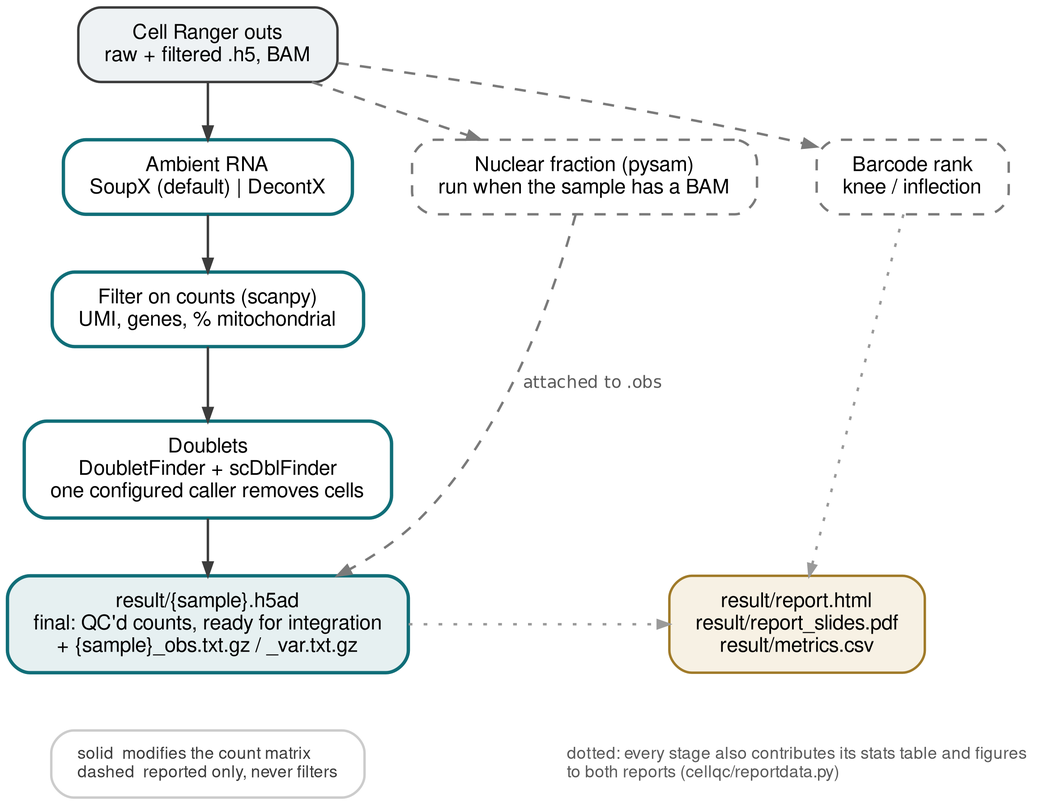
lijinbio/cellqc keeps this Graphviz diagram as docs/workflow.png. Above is the earlier version. Its source is kept beside it as docs/workflow.dot.
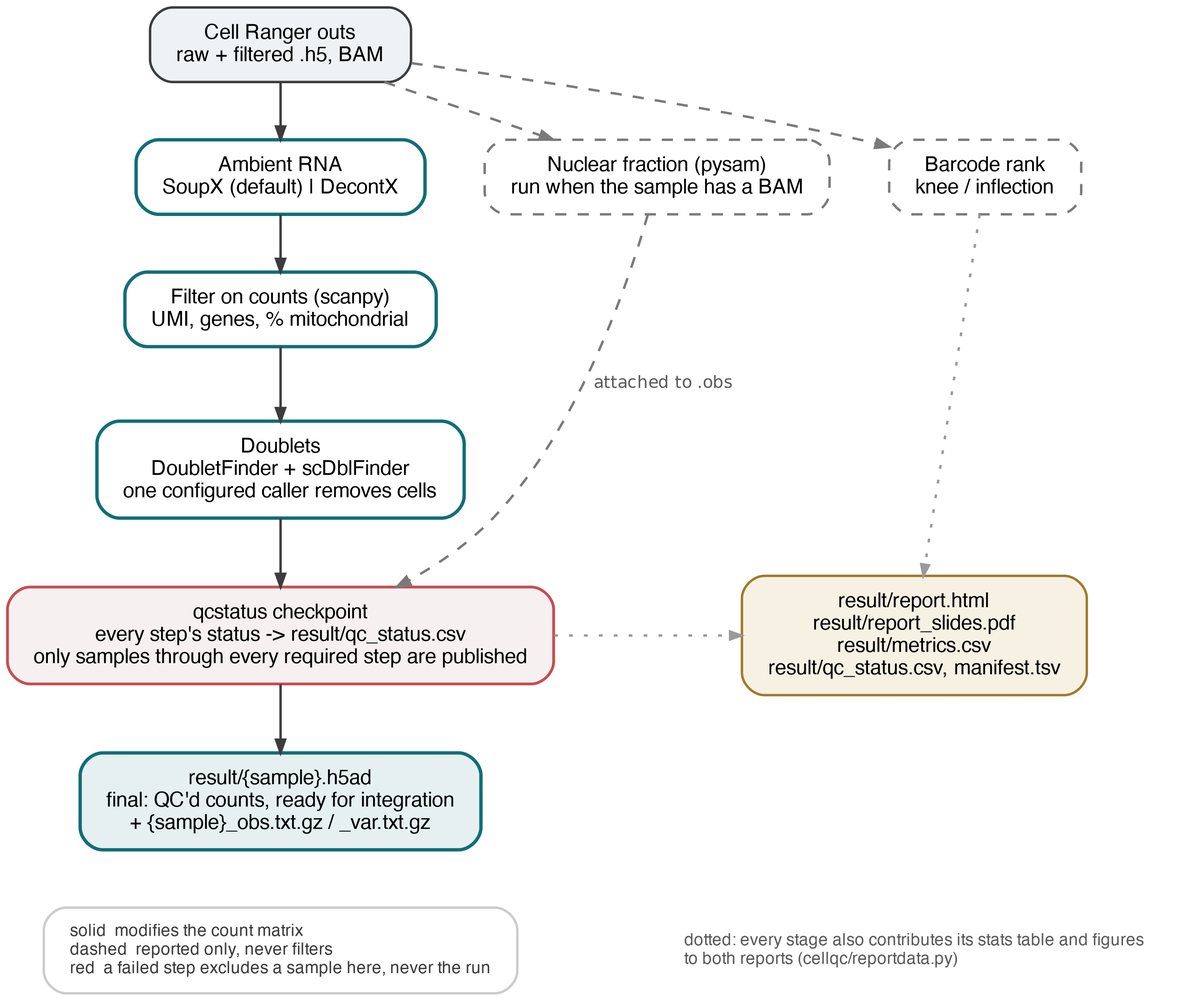
After the change.

What changed in the source:
```diff
@@ -1,4 +1,4 @@
-/* cellqc v0.2.0 pipeline overview -- source for docs/workflow.png.
+/* cellqc pipeline overview (v0.2.0; qcstatus gate added in v0.3.4) -- source for docs/workflow.png.
  *
  * Regenerate with docs/make_figures.sh (or: dot -Tpng -Gdpi=300 docs/workflow.dot
  * -o docs/workflow.png). Keeping the source in the repo is why the v0.1.0
@@ -7,6 +7,10 @@
  * The one distinction the diagram has to carry is which steps touch the counts.
  * Solid = the count matrix is modified. Dashed = computed and reported, never
  * used to drop a cell.
+ *
+ * v0.3.4: every per-sample step records ok / fallback / failed / skipped, and
+ * the qcstatus checkpoint decides which samples reach result/. A failure is a
+ * recorded outcome, not the end of the run.
  */
 digraph cellqc {
 	graph [bgcolor=white, rankdir=TB, nodesep=0.45, ranksep=0.40, fontname="Helvetica"];
@@ -21,6 +25,8 @@
 	filter  [label="Filter on counts (scanpy)\nUMI, genes, % mitochondrial", color="#106e78", penwidth=1.8];
 	doublet [label="Doublets\nDoubletFinder + scDblFinder\none configured caller removes cells",
 		color="#106e78", penwidth=1.8];
+	gate    [label="qcstatus checkpoint\nevery step's status -> result/qc_status.csv\nonly samples through every required step are published",
+		shape=box, style="rounded,filled", fillcolor="#f7f0f0", color="#c44e52", penwidth=1.5];
 	post    [label="result/{sample}.h5ad\nfinal: QC'd counts, ready for integration\n+ {sample}_obs.txt.gz / _var.txt.gz",
 		fillcolor="#e6f0f1", color="#106e78", penwidth=1.8];
 
@@ -30,23 +36,24 @@
 	nf   [label="Nuclear fraction (pysam)\nrun when the sample has a BAM",
 		style="rounded,dashed,filled", color="#7a7a7a"];
 
-	reports [label="result/report.html\nresult/report_slides.pdf\nresult/metrics.csv",
+	reports [label="result/report.html\nresult/report_slides.pdf\nresult/metrics.csv\nresult/qc_status.csv, manifest.tsv",
 		fillcolor="#f7f1e4", color="#a07a28"];
 
 	/* Main chain, weighted so it stays a straight vertical spine. */
 	cr -> ambient [weight=10];
 	ambient -> filter [weight=10];
 	filter -> doublet [weight=10];
-	doublet -> post [weight=10];
+	doublet -> gate [weight=10];
+	gate -> post [weight=10];
 
 	cr -> knee [style=dashed, color="#7a7a7a"];
 	cr -> nf   [style=dashed, color="#7a7a7a"];
-	nf -> post [style=dashed, color="#7a7a7a", label=" attached to .obs",
+	nf -> gate [style=dashed, color="#7a7a7a", label=" attached to .obs",
 		fontsize=9, fontcolor="#5a5a5a"];
 
 	/* Both reports are built from one collected set of stats, so the HTML and
 	 * the slides cannot describe different runs. */
-	post -> reports [style=dotted, color="#9a9a9a", arrowsize=0.6];
+	gate -> reports [style=dotted, color="#9a9a9a", arrowsize=0.6];
 	knee -> reports [style=dotted, color="#9a9a9a", arrowsize=0.6];
 
 	note [shape=plaintext, style="", fontsize=9, fontcolor="#5a5a5a",
@@ -54,10 +61,10 @@
 	reports -> note [style=invis];
 
 	legend [shape=box, style="rounded", color="#cccccc", fontsize=9, fontcolor="#3c3c3c",
-		label="solid  modifies the count matrix\ldashed  reported only, never filters\l"];
+		label="solid  modifies the count matrix\ldashed  reported only, never filters\lred  a failed step excludes a sample here, never the run\l"];
 	post -> legend [style=invis];
 
 	{ rank=same; knee; ambient; nf; }
-	{ rank=same; post; reports; }
+	{ rank=same; gate; reports; }
 	{ rank=same; legend; note; }
 }
```
